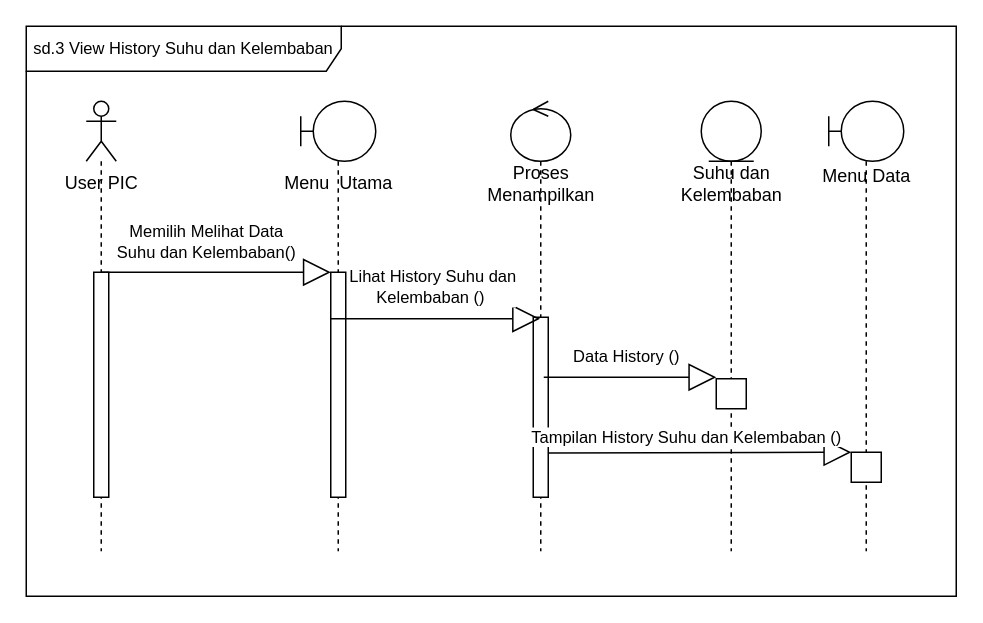
lcornellious/UAS_SPK_MAS-ADJI-RAMDANI keeps this draw.io diagram as Untitled Diagram.drawio. Above is the earlier version. Source tidied: cells renumbered, new cells numbered last; positions are measured from the earlier drawing's top-left corner, leaving out a move shared by most shapes. Both pictures are drawn from the tidied source at 150%, with x=0, y=0 at pixel (26, 26).
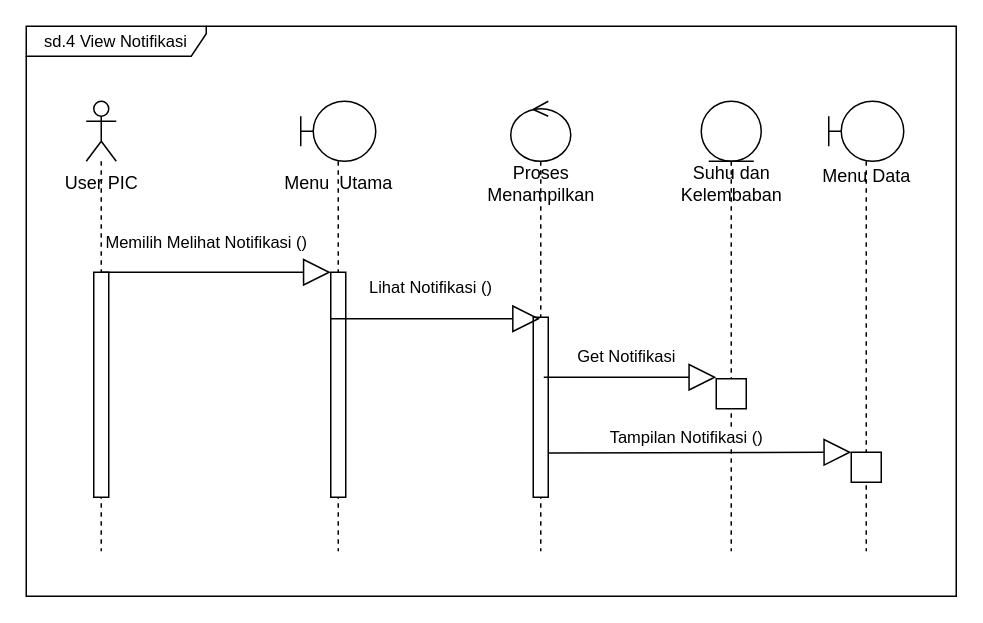
The same page after the edit.

Commit message:
Sequence Diagram View Notifikasi.drawio

What changed in the source:
```diff
@@
-    <mxCell id="10" value="Memilih Melihat Data &lt;br&gt;Suhu dan Kelembaban()" style="endArrow=block;endSize=16;endFill=0;html=1;rounded=0;" parent="1" edge="1">
+    <mxCell id="10" value="Memilih Melihat Notifikasi ()" style="endArrow=block;endSize=16;endFill=0;html=1;rounded=0;" parent="1" edge="1">
       <mxGeometry x="-0.09" y="20" relative="1" as="geometry">
         <mxPoint x="50" y="164" as="sourcePoint" />
         <mxPoint x="203" y="164" as="targetPoint" />
       </mxGeometry>
     </mxCell>
-    <mxCell id="11" value="Lihat History Suhu dan &lt;br&gt;Kelembaban ()&amp;nbsp;" style="endArrow=block;endSize=16;endFill=0;html=1;rounded=0;" parent="1" edge="1">
+    <mxCell id="11" value="Lihat Notifikasi&amp;nbsp;()&amp;nbsp;" style="endArrow=block;endSize=16;endFill=0;html=1;rounded=0;" parent="1" edge="1">
       <mxGeometry x="-0.02" y="21" relative="1" as="geometry">
         <mxPoint x="203" y="195" as="sourcePoint" />
         <mxPoint x="342.5" y="195" as="targetPoint" />
       </mxGeometry>
     </mxCell>
-    <mxCell id="12" value="Data History&amp;nbsp;()" style="endArrow=block;endSize=16;endFill=0;html=1;rounded=0;" parent="1" edge="1">
+    <mxCell id="12" value="Get Notifikasi" style="endArrow=block;endSize=16;endFill=0;html=1;rounded=0;" parent="1" edge="1">
       <mxGeometry x="-0.04" y="14" relative="1" as="geometry">
         <mxPoint x="345" y="234" as="sourcePoint" />
         <mxPoint x="460" y="234" as="targetPoint" />
       </mxGeometry>
     </mxCell>
@@
-    <mxCell id="15" value="Tampilan History Suhu dan Kelembaban ()" style="endArrow=block;endSize=16;endFill=0;html=1;rounded=0;" parent="1" edge="1">
+    <mxCell id="15" value="Tampilan Notifikasi ()" style="endArrow=block;endSize=16;endFill=0;html=1;rounded=0;" parent="1" edge="1">
       <mxGeometry x="-0.09" y="10" relative="1" as="geometry">
         <mxPoint x="348" y="284.5" as="sourcePoint" />
         <mxPoint x="550" y="284" as="targetPoint" />
       </mxGeometry>
     </mxCell>
@@
-    <mxCell id="21" value="&lt;font style=&quot;font-size: 11px;&quot;&gt;sd.3 View History Suhu dan Kelembaban&lt;/font&gt;" style="shape=umlFrame;whiteSpace=wrap;html=1;width=210;height=30;" parent="1" vertex="1">
+    <mxCell id="21" value="&lt;font style=&quot;font-size: 11px;&quot;&gt;sd.4 View Notifikasi&lt;/font&gt;" style="shape=umlFrame;whiteSpace=wrap;html=1;width=120;height=20;" parent="1" vertex="1">
       <mxGeometry width="620" height="380" as="geometry" />
     </mxCell>
```
